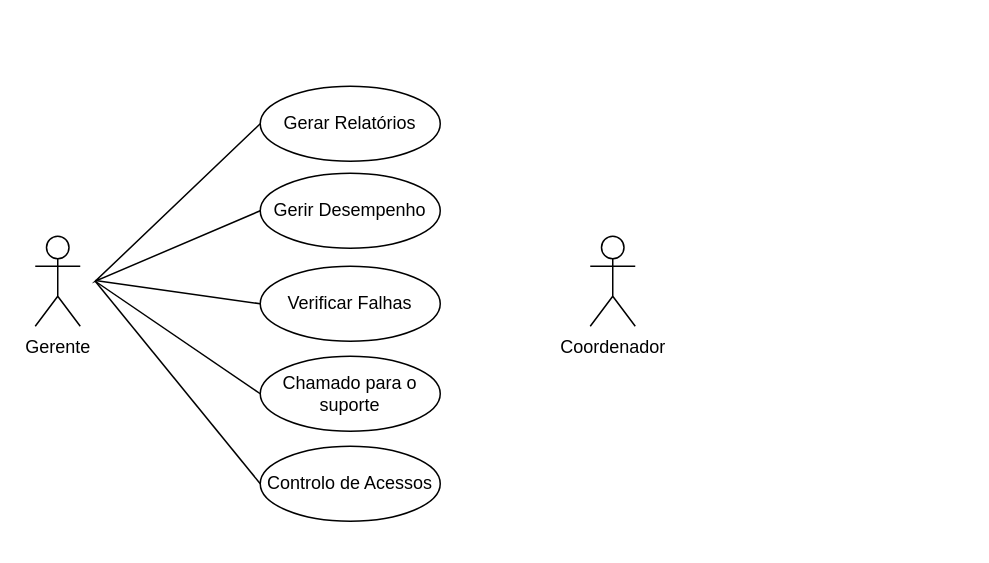
The draw.io diagram Diagrama sem nome.drawio in marceloassis003/Projetos_PWBI, before the edit. Source tidied: cells renumbered, new cells numbered last; positions are measured from the earlier drawing's top-left corner, leaving out a move shared by most shapes. Both pictures are drawn from the tidied source at 150%, with x=0, y=0 at pixel (34, 86).
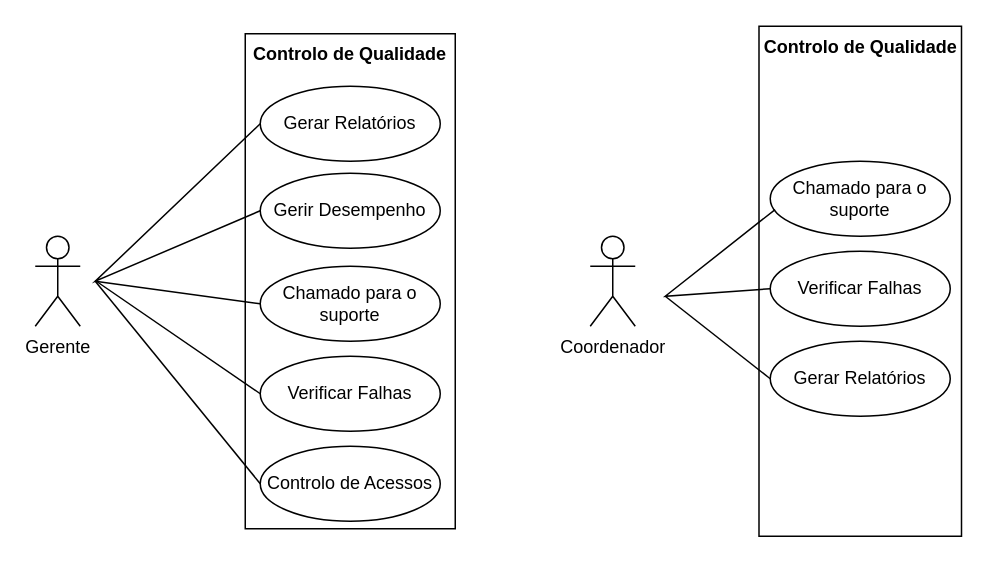
Above is the later version.

Diff of the diagram source:
```diff
@@
+    <mxCell id="13" value="&lt;b&gt;Controlo de Qualidade&lt;/b&gt;" style="rounded=0;whiteSpace=wrap;html=1;strokeColor=default;align=center;verticalAlign=top;fontFamily=Helvetica;fontSize=12;fontColor=default;fillColor=default;" parent="1" vertex="1">
+      <mxGeometry x="482.5" y="-40" width="135" height="340" as="geometry" />
+    </mxCell>
+    <mxCell id="14" value="&lt;b&gt;Controlo de Qualidade&lt;/b&gt;" style="rounded=0;whiteSpace=wrap;html=1;strokeColor=default;align=center;verticalAlign=top;fontFamily=Helvetica;fontSize=12;fontColor=default;fillColor=default;" parent="1" vertex="1">
+      <mxGeometry x="140" y="-35" width="140" height="330" as="geometry" />
+    </mxCell>
@@
     <mxCell id="4" value="Verificar Falhas" style="ellipse;whiteSpace=wrap;html=1;" parent="1" vertex="1">
-      <mxGeometry x="150" y="120" width="120" height="50" as="geometry" />
+      <mxGeometry x="150" y="180" width="120" height="50" as="geometry" />
     </mxCell>
@@
     <mxCell id="6" value="Chamado para o suporte" style="ellipse;whiteSpace=wrap;html=1;" parent="1" vertex="1">
-      <mxGeometry x="150" y="180" width="120" height="50" as="geometry" />
+      <mxGeometry x="150" y="120" width="120" height="50" as="geometry" />
     </mxCell>
@@
+    <mxCell id="15" value="Verificar Falhas" style="ellipse;whiteSpace=wrap;html=1;" parent="1" vertex="1">
+      <mxGeometry x="490" y="110" width="120" height="50" as="geometry" />
+    </mxCell>
+    <mxCell id="16" value="Chamado para o suporte" style="ellipse;whiteSpace=wrap;html=1;" parent="1" vertex="1">
+      <mxGeometry x="490" y="50" width="120" height="50" as="geometry" />
+    </mxCell>
+    <mxCell id="17" value="Gerar Relatórios" style="ellipse;whiteSpace=wrap;html=1;" parent="1" vertex="1">
+      <mxGeometry x="490" y="170" width="120" height="50" as="geometry" />
+    </mxCell>
+    <mxCell id="18" style="endArrow=none;html=1;rounded=0;fontFamily=Helvetica;fontSize=12;fontColor=default;entryX=0.027;entryY=0.644;entryDx=0;entryDy=0;entryPerimeter=0;exitX=0;exitY=0.5;exitDx=0;exitDy=0;" parent="1" edge="1" source="15" target="16">
+      <mxGeometry relative="1" as="geometry">
+        <Array as="points">
+          <mxPoint x="420" y="140" />
+        </Array>
+      </mxGeometry>
+    </mxCell>
+    <mxCell id="19" style="endArrow=none;html=1;rounded=0;fontFamily=Helvetica;fontSize=12;fontColor=default;exitX=0;exitY=0.5;exitDx=0;exitDy=0;" parent="1" edge="1" source="17">
+      <mxGeometry relative="1" as="geometry">
+        <mxPoint x="420" y="140" as="targetPoint" />
+      </mxGeometry>
+    </mxCell>
```
